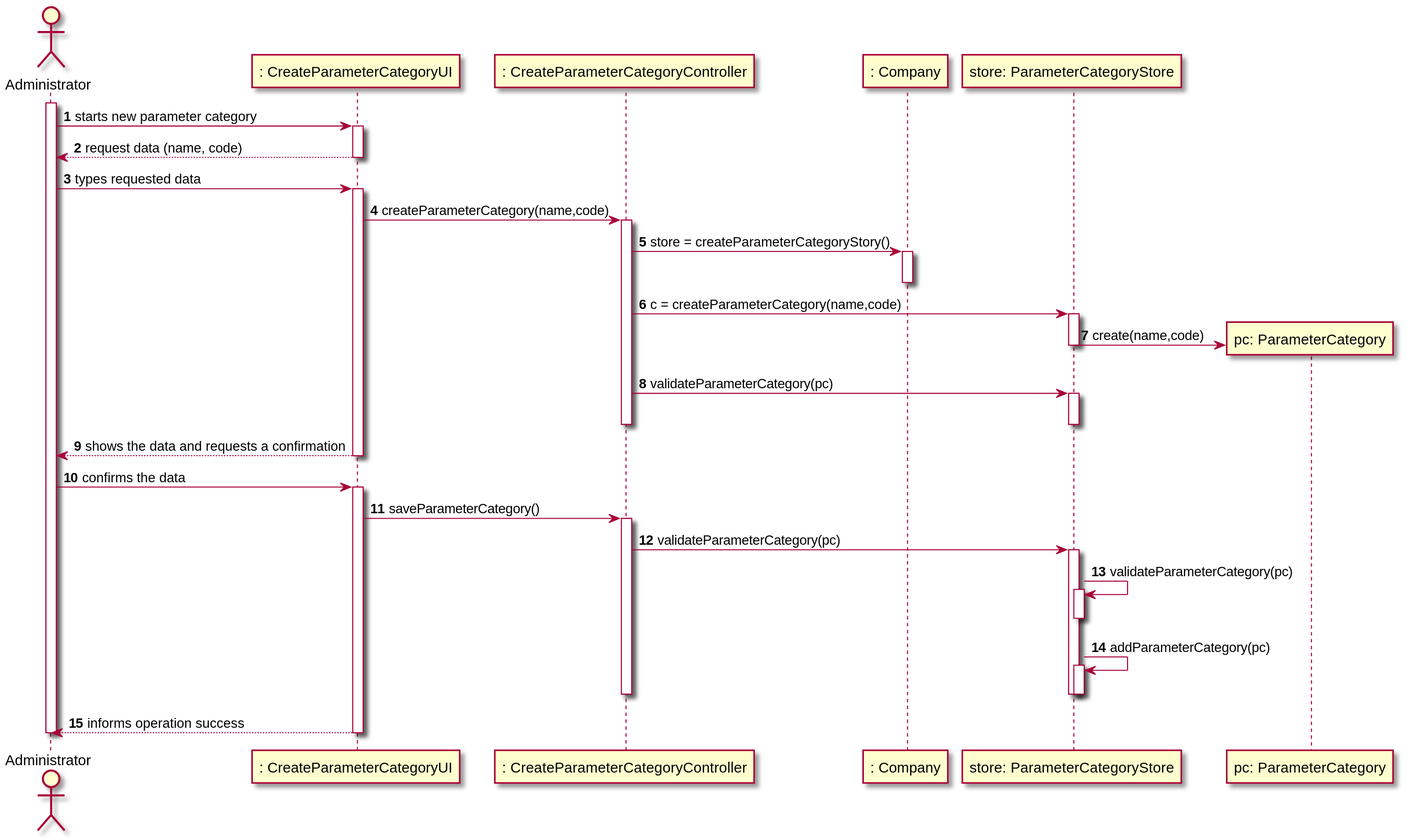
manu-07-ela/LAPR2_ISEP keeps this PlantUML diagram as docs/SprintB/US11/US11-SD.svg. Above is the earlier version.
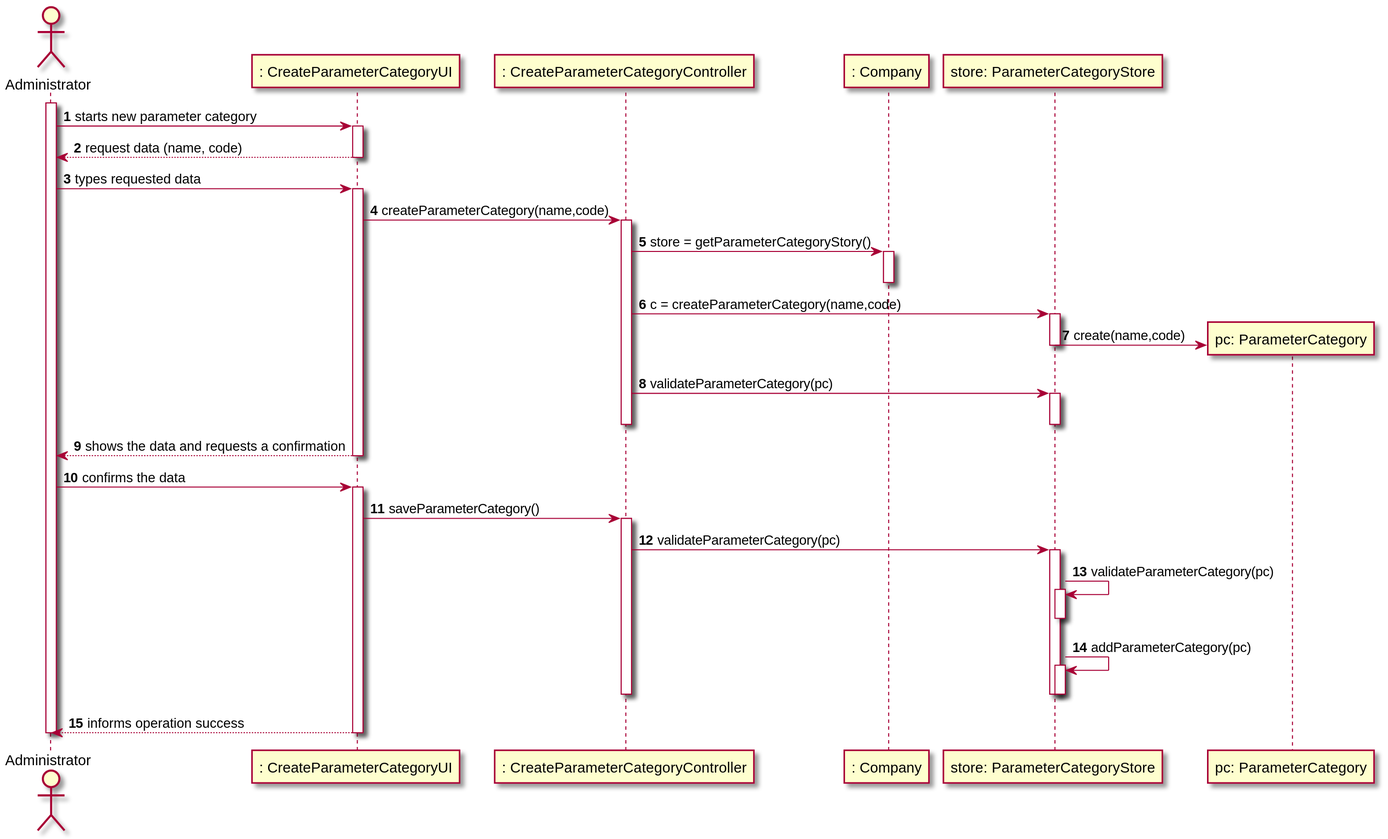
The same diagram one commit later.

Commit message:
correction of a phrase in the sd of us11 and alteration of the corresponding image

Change to the diagram source:
```diff
@@ -18,7 +18,7 @@
 
 UI -> CTRL : createParameterCategory(name,code)
 activate CTRL
-CTRL -> Comp : store = createParameterCategoryStory()
+CTRL -> Comp : store = getParameterCategoryStory()
 activate Comp
 deactivate Comp
 CTRL -> str : c = createParameterCategory(name,code)
```
